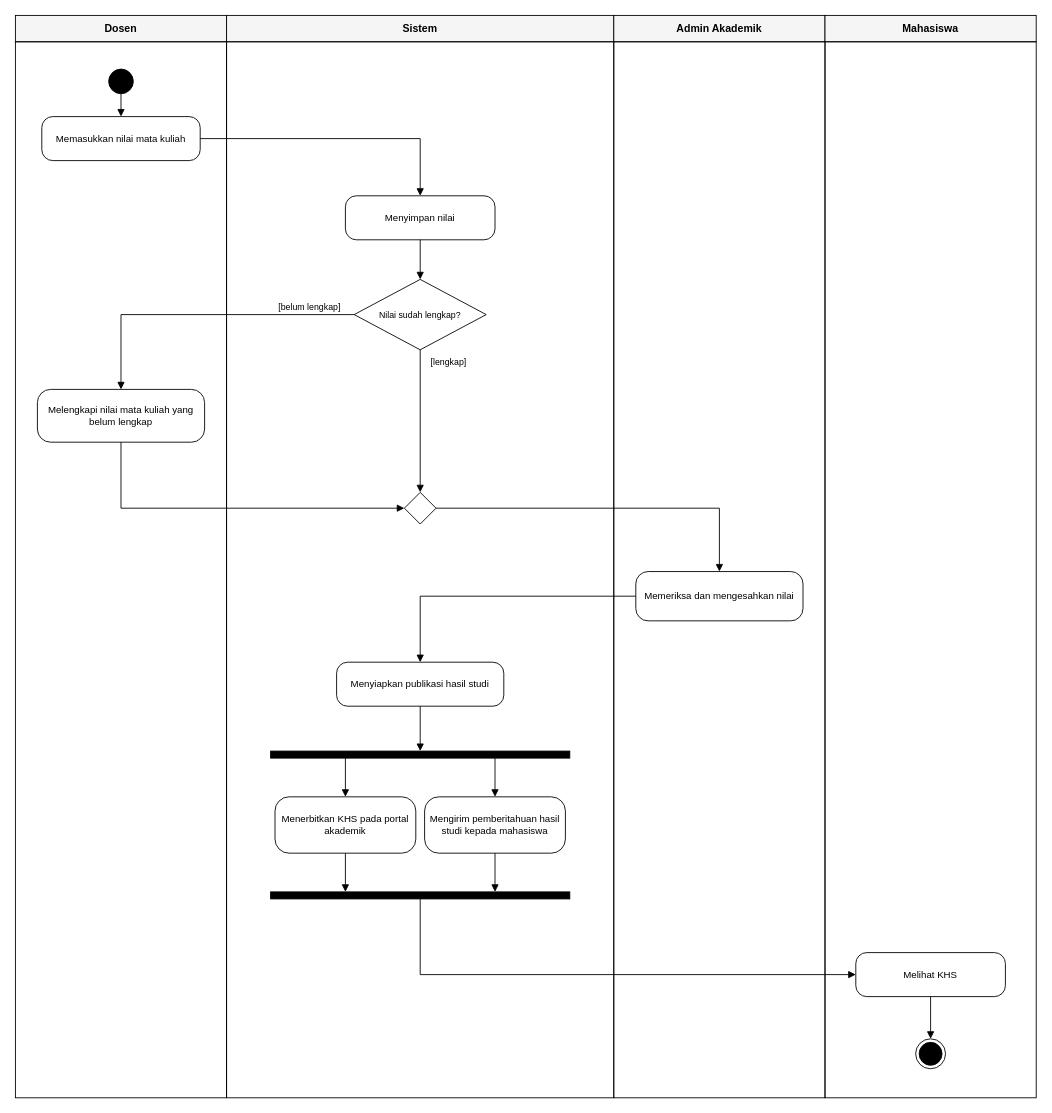
The draw.io diagram page "Page-8" (8 of 8) of 04_model_analisis/P06/SIA/P06_2406033_SIA_activity_v01.drawio in 2406033-Faisal/IFRWP5149_2406033_LabAlat, before the edit. Source tidied: cells renumbered, new cells numbered last; positions are measured from the earlier drawing's top-left corner, leaving out a move shared by most shapes. Both pictures are drawn from the tidied source at 88%, with x=0, y=0 at pixel (15, 15).
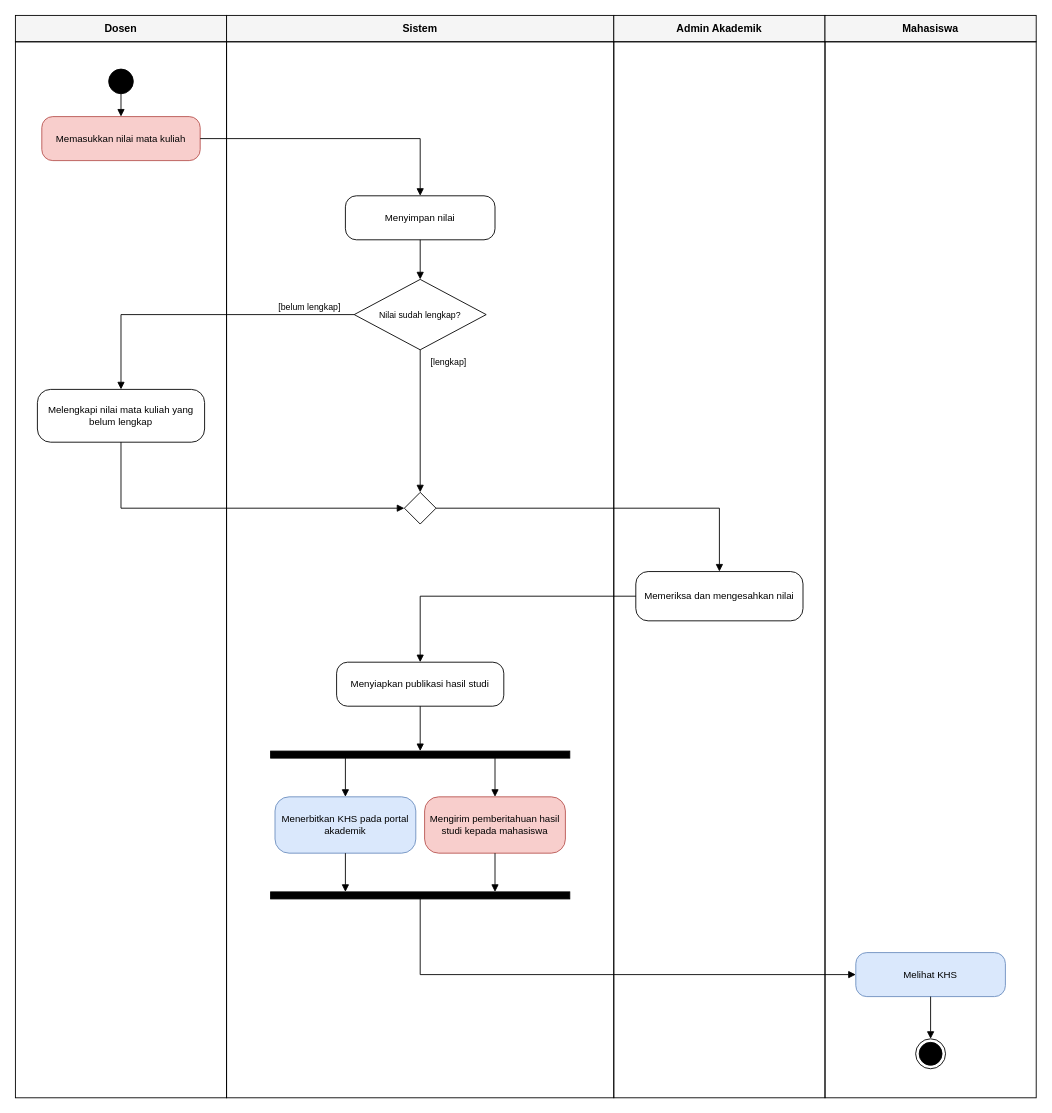
After the change.

Diff of the diagram source:
```diff
@@
-    <mxCell id="11" value="Memasukkan nilai mata kuliah" style="rounded=1;whiteSpace=wrap;html=1;arcSize=25;fillColor=#FFFFFF;strokeColor=#000000;fontSize=11;" parent="1" vertex="1">
+    <mxCell id="11" value="Memasukkan nilai mata kuliah" style="rounded=1;whiteSpace=wrap;html=1;arcSize=25;fillColor=#f8cecc;strokeColor=#b85450;fontSize=11;" parent="1" vertex="1">
       <mxGeometry x="30" y="115" width="180" height="50" as="geometry" />
     </mxCell>
@@
-    <mxCell id="19" value="Menerbitkan KHS pada portal akademik" style="rounded=1;whiteSpace=wrap;html=1;arcSize=25;fillColor=#FFFFFF;strokeColor=#000000;fontSize=11;" parent="1" vertex="1">
+    <mxCell id="19" value="Menerbitkan KHS pada portal akademik" style="rounded=1;whiteSpace=wrap;html=1;arcSize=25;fillColor=#dae8fc;strokeColor=#6c8ebf;fontSize=11;" parent="1" vertex="1">
       <mxGeometry x="295" y="888" width="160" height="64" as="geometry" />
     </mxCell>
-    <mxCell id="20" value="Mengirim pemberitahuan hasil studi kepada mahasiswa" style="rounded=1;whiteSpace=wrap;html=1;arcSize=25;fillColor=#FFFFFF;strokeColor=#000000;fontSize=11;" parent="1" vertex="1">
+    <mxCell id="20" value="Mengirim pemberitahuan hasil studi kepada mahasiswa" style="rounded=1;whiteSpace=wrap;html=1;arcSize=25;fillColor=#f8cecc;strokeColor=#b85450;fontSize=11;" parent="1" vertex="1">
       <mxGeometry x="465" y="888" width="160" height="64" as="geometry" />
     </mxCell>
@@
-    <mxCell id="22" value="Melihat KHS" style="rounded=1;whiteSpace=wrap;html=1;arcSize=25;fillColor=#FFFFFF;strokeColor=#000000;fontSize=11;" parent="1" vertex="1">
+    <mxCell id="22" value="Melihat KHS" style="rounded=1;whiteSpace=wrap;html=1;arcSize=25;fillColor=#dae8fc;strokeColor=#6c8ebf;fontSize=11;" parent="1" vertex="1">
       <mxGeometry x="955" y="1065" width="170" height="50" as="geometry" />
     </mxCell>
```
